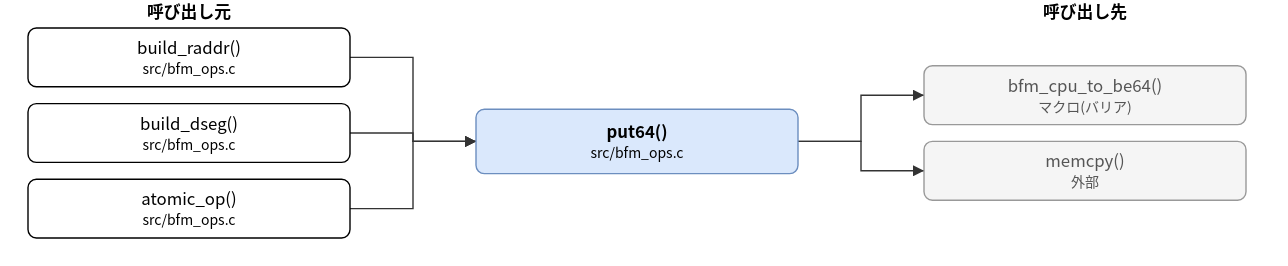
Before: doc/spec/images/call_src_bfm_ops-put64.drawio.svg, a diagram exported from draw.io (hf355051012-ai/bfmem). Source tidied: cells renumbered, new cells last; positions are measured from the earlier drawing's top-left corner, leaving out a move shared by most shapes.
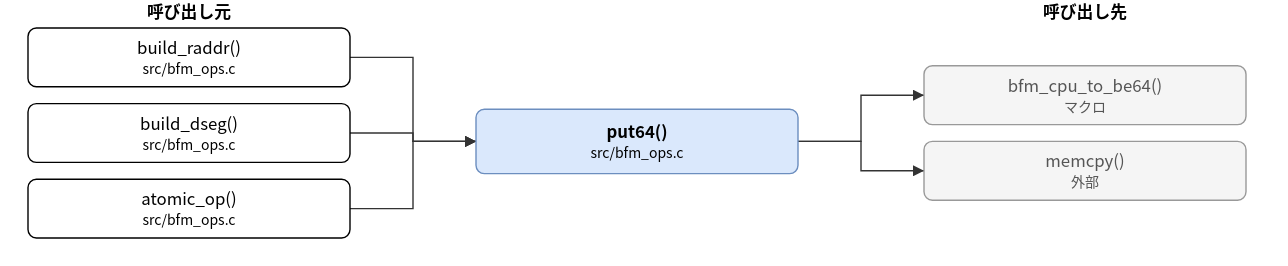
After the commit.

The edit, as a diff of the source:
```diff
@@ -14,7 +14,7 @@
     <mxCell id="5" value="atomic_op()&lt;br&gt;&lt;font style=&quot;font-size:10px&quot;&gt;src/bfm_ops.c&lt;/font&gt;" style="rounded=1;whiteSpace=wrap;html=1;" parent="1" vertex="1">
       <mxGeometry y="128" width="230" height="42" as="geometry" />
     </mxCell>
-    <mxCell id="6" value="bfm_cpu_to_be64()&lt;br&gt;&lt;font style=&quot;font-size:10px&quot;&gt;マクロ(バリア)&lt;/font&gt;" style="rounded=1;whiteSpace=wrap;html=1;fillColor=#f5f5f5;strokeColor=#999999;fontColor=#555555;" parent="1" vertex="1">
+    <mxCell id="6" value="bfm_cpu_to_be64()&lt;br&gt;&lt;font style=&quot;font-size:10px&quot;&gt;マクロ&lt;/font&gt;" style="rounded=1;whiteSpace=wrap;html=1;fillColor=#f5f5f5;strokeColor=#999999;fontColor=#555555;" parent="1" vertex="1">
       <mxGeometry x="640" y="47" width="230" height="42" as="geometry" />
     </mxCell>
     <mxCell id="7" value="memcpy()&lt;br&gt;&lt;font style=&quot;font-size:10px&quot;&gt;外部&lt;/font&gt;" style="rounded=1;whiteSpace=wrap;html=1;fillColor=#f5f5f5;strokeColor=#999999;fontColor=#555555;" parent="1" vertex="1">
```
